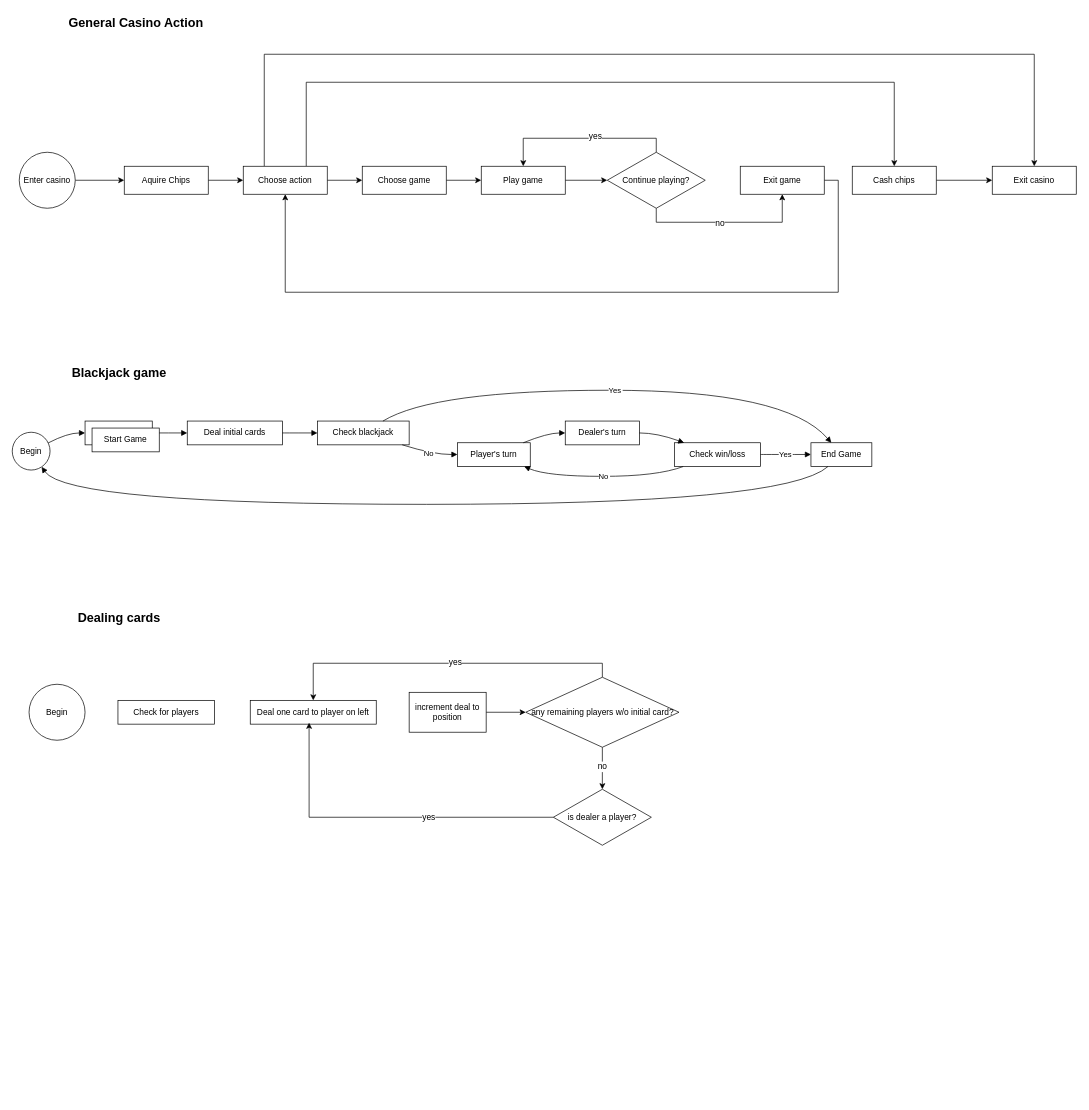
This is lib/src/main/blackjackDesign/processFlow.drawio from 0xjosiah/intro-to-java, a draw.io file, before an edit. Source tidied: cells renumbered, new cells numbered last; positions are measured from the earlier drawing's top-left corner, leaving out a move shared by most shapes. Both pictures are drawn from the tidied source at 70%, with x=0, y=0 at pixel (12, 12).
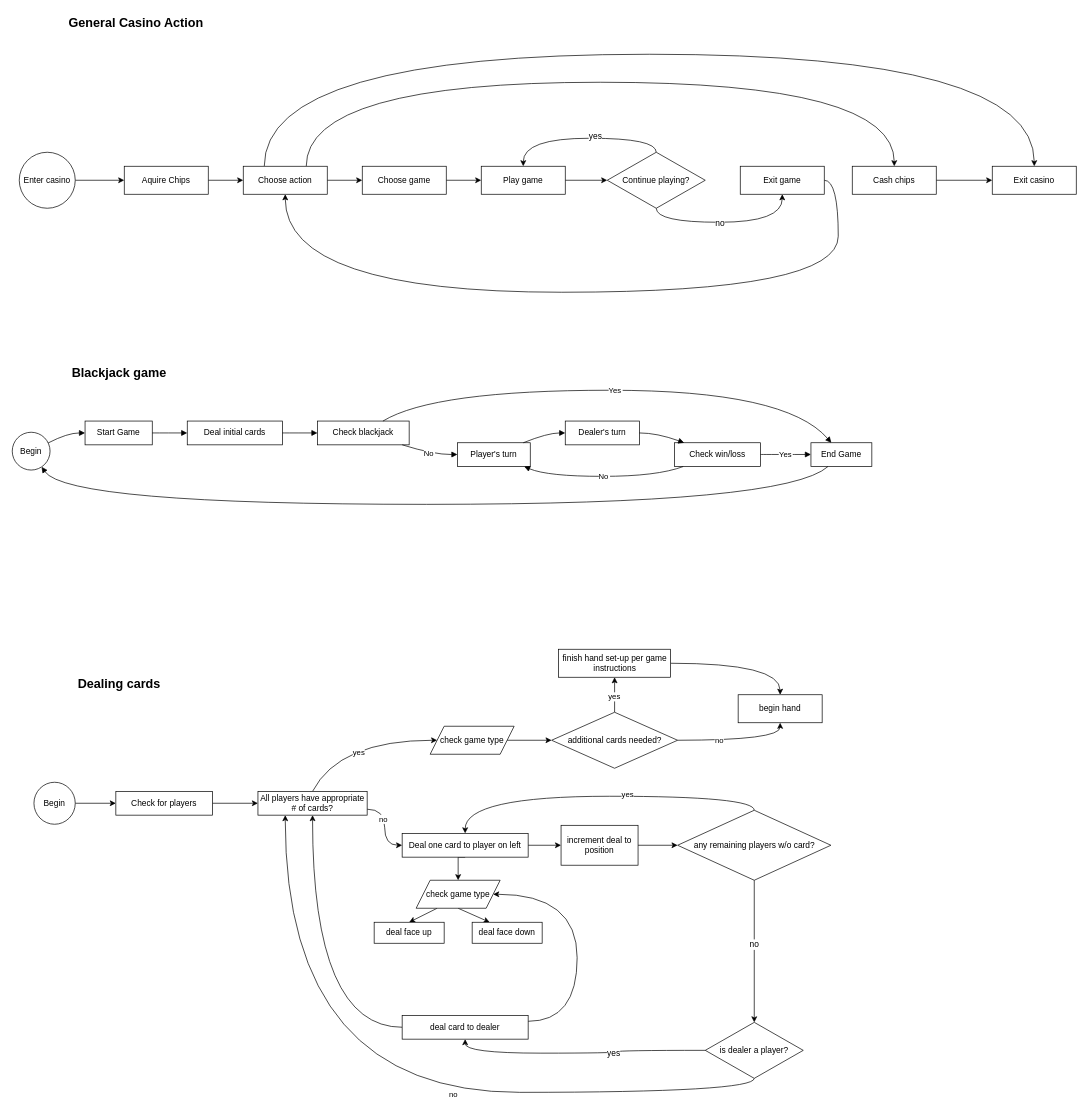
Above is the later version.

The change refers to these unchanged cells:
```xml
<mxCell id="25" value="Play game" style="whiteSpace=wrap;html=1;strokeWidth=1;" parent="1" vertex="1">
  <mxGeometry x="670" y="220" width="120" height="40" as="geometry" />
</mxCell>
<mxCell id="30" value="Continue playing?" style="rhombus;whiteSpace=wrap;html=1;strokeColor=default;strokeWidth=1;align=center;verticalAlign=middle;fontFamily=Helvetica;fontSize=12;fontColor=default;fillColor=default;" parent="1" vertex="1">
  <mxGeometry x="850" y="200" width="140" height="80" as="geometry" />
</mxCell>
<mxCell id="33" value="Exit game" style="whiteSpace=wrap;html=1;strokeWidth=1;" parent="1" vertex="1">
  <mxGeometry x="1040" y="220" width="120" height="40" as="geometry" />
</mxCell>
<mxCell id="35" value="Cash chips" style="whiteSpace=wrap;html=1;strokeWidth=1;" parent="1" vertex="1">
  <mxGeometry x="1200" y="220" width="120" height="40" as="geometry" />
</mxCell>
<mxCell id="36" value="Exit casino" style="whiteSpace=wrap;html=1;strokeWidth=1;" parent="1" vertex="1">
  <mxGeometry x="1400" y="220" width="120" height="40" as="geometry" />
</mxCell>
<mxCell id="43" value="Choose action" style="whiteSpace=wrap;html=1;strokeWidth=1;" parent="1" vertex="1">
  <mxGeometry x="330" y="220" width="120" height="40" as="geometry" />
</mxCell>
```

The edit, as a diff of the source:
```diff
@@
-    <mxCell id="26" style="edgeStyle=orthogonalEdgeStyle;rounded=0;jettySize=auto;html=1;exitX=0.5;exitY=0;exitDx=0;exitDy=0;entryX=0.5;entryY=0;entryDx=0;entryDy=0;fontFamily=Helvetica;fontSize=12;fontColor=default;" parent="1" edge="1" source="30" target="25">
+    <mxCell id="26" style="edgeStyle=orthogonalEdgeStyle;jettySize=auto;html=1;exitX=0.5;exitY=0;exitDx=0;exitDy=0;entryX=0.5;entryY=0;entryDx=0;entryDy=0;fontFamily=Helvetica;fontSize=12;fontColor=default;curved=1;" parent="1" edge="1" source="30" target="25">
       <mxGeometry relative="1" as="geometry" />
     </mxCell>
@@
-    <mxCell id="28" style="edgeStyle=orthogonalEdgeStyle;rounded=0;jettySize=auto;html=1;exitX=0.5;exitY=1;exitDx=0;exitDy=0;entryX=0.5;entryY=1;entryDx=0;entryDy=0;fontFamily=Helvetica;fontSize=12;fontColor=default;" parent="1" edge="1" source="30" target="33">
+    <mxCell id="28" style="edgeStyle=orthogonalEdgeStyle;jettySize=auto;html=1;exitX=0.5;exitY=1;exitDx=0;exitDy=0;entryX=0.5;entryY=1;entryDx=0;entryDy=0;fontFamily=Helvetica;fontSize=12;fontColor=default;curved=1;" parent="1" edge="1" source="30" target="33">
       <mxGeometry relative="1" as="geometry" />
     </mxCell>
@@
-    <mxCell id="31" style="edgeStyle=orthogonalEdgeStyle;rounded=0;jettySize=auto;html=1;exitX=0.75;exitY=0;exitDx=0;exitDy=0;entryX=0.5;entryY=0;entryDx=0;entryDy=0;fontFamily=Helvetica;fontSize=12;fontColor=default;" parent="1" edge="1" source="43" target="35">
+    <mxCell id="31" style="edgeStyle=orthogonalEdgeStyle;jettySize=auto;html=1;exitX=0.75;exitY=0;exitDx=0;exitDy=0;entryX=0.5;entryY=0;entryDx=0;entryDy=0;fontFamily=Helvetica;fontSize=12;fontColor=default;curved=1;" parent="1" edge="1" source="43" target="35">
       <mxGeometry relative="1" as="geometry">
         <Array as="points">
           <mxPoint x="420" y="100" />
           <mxPoint x="1260" y="100" />
         </Array>
       </mxGeometry>
     </mxCell>
-    <mxCell id="32" style="edgeStyle=orthogonalEdgeStyle;rounded=0;jettySize=auto;html=1;exitX=1;exitY=0.5;exitDx=0;exitDy=0;entryX=0.5;entryY=1;entryDx=0;entryDy=0;fontFamily=Helvetica;fontSize=12;fontColor=default;" parent="1" edge="1" source="33" target="43">
+    <mxCell id="32" style="edgeStyle=orthogonalEdgeStyle;jettySize=auto;html=1;exitX=1;exitY=0.5;exitDx=0;exitDy=0;entryX=0.5;entryY=1;entryDx=0;entryDy=0;fontFamily=Helvetica;fontSize=12;fontColor=default;curved=1;" parent="1" edge="1" source="33" target="43">
       <mxGeometry relative="1" as="geometry">
         <Array as="points">
           <mxPoint x="1180" y="240" />
           <mxPoint x="1180" y="400" />
           <mxPoint x="390" y="400" />
         </Array>
       </mxGeometry>
     </mxCell>
@@
     <mxCell id="39" value="Dealing cards" style="text;html=1;strokeColor=none;fillColor=none;align=center;verticalAlign=middle;whiteSpace=wrap;rounded=0;fontSize=18;fontFamily=Helvetica;fontColor=default;fontStyle=1;" parent="1" vertex="1">
-      <mxGeometry x="20" y="850" width="266" height="30" as="geometry" />
+      <mxGeometry x="20" y="945" width="266" height="30" as="geometry" />
     </mxCell>
+    <mxCell id="59" style="edgeStyle=orthogonalEdgeStyle;rounded=0;jettySize=auto;html=1;exitX=1;exitY=0.5;exitDx=0;exitDy=0;entryX=0;entryY=0.5;entryDx=0;entryDy=0;" parent="1" edge="1" source="40" target="50">
+      <mxGeometry relative="1" as="geometry" />
+    </mxCell>
     <mxCell id="40" value="Begin" style="ellipse;whiteSpace=wrap;html=1;strokeColor=default;strokeWidth=1;align=center;verticalAlign=middle;fontFamily=Helvetica;fontSize=12;fontColor=default;fillColor=default;" parent="1" vertex="1">
-      <mxGeometry x="24" y="960" width="80" height="80" as="geometry" />
+      <mxGeometry x="31" y="1100" width="59" height="60" as="geometry" />
     </mxCell>
@@
-    <mxCell id="42" style="edgeStyle=orthogonalEdgeStyle;rounded=0;jettySize=auto;html=1;exitX=0.25;exitY=0;exitDx=0;exitDy=0;entryX=0.5;entryY=0;entryDx=0;entryDy=0;fontFamily=Helvetica;fontSize=12;fontColor=default;" parent="1" edge="1" source="43" target="36">
+    <mxCell id="42" style="edgeStyle=orthogonalEdgeStyle;jettySize=auto;html=1;exitX=0.25;exitY=0;exitDx=0;exitDy=0;entryX=0.5;entryY=0;entryDx=0;entryDy=0;fontFamily=Helvetica;fontSize=12;fontColor=default;curved=1;" parent="1" edge="1" source="43" target="36">
       <mxGeometry relative="1" as="geometry">
         <Array as="points">
           <mxPoint x="360" y="60" />
           <mxPoint x="1460" y="60" />
         </Array>
       </mxGeometry>
     </mxCell>
@@
+    <mxCell id="60" style="edgeStyle=orthogonalEdgeStyle;jettySize=auto;html=1;exitX=1;exitY=0.75;exitDx=0;exitDy=0;entryX=0;entryY=0.5;entryDx=0;entryDy=0;curved=1;" parent="1" edge="1" source="46" target="49">
+      <mxGeometry relative="1" as="geometry" />
+    </mxCell>
+    <mxCell id="61" value="no" style="edgeLabel;html=1;align=center;verticalAlign=middle;" parent="60" vertex="1">
+      <mxGeometry x="-0.26" y="-3" relative="1" as="geometry">
+        <mxPoint y="1" as="offset" />
+      </mxGeometry>
+    </mxCell>
+    <mxCell id="62" style="jettySize=auto;html=1;exitX=0.5;exitY=0;exitDx=0;exitDy=0;entryX=0;entryY=0.5;entryDx=0;entryDy=0;curved=1;" parent="1" edge="1" source="46" target="79">
+      <mxGeometry relative="1" as="geometry">
+        <Array as="points">
+          <mxPoint x="467" y="1040" />
+        </Array>
+      </mxGeometry>
+    </mxCell>
+    <mxCell id="63" value="yes" style="edgeLabel;html=1;align=center;verticalAlign=middle;" parent="62" vertex="1">
+      <mxGeometry x="-0.01" y="-17" relative="1" as="geometry" />
+    </mxCell>
-    <mxCell id="46" value="Start Game" style="whiteSpace=wrap;strokeWidth=1;" parent="1" vertex="1">
-      <mxGeometry x="114" y="594" width="96" height="34" as="geometry" />
+    <mxCell id="46" value="All players have appropriate # of cards?" style="whiteSpace=wrap;strokeWidth=1;" parent="1" vertex="1">
+      <mxGeometry x="351" y="1113" width="156" height="34" as="geometry" />
     </mxCell>
@@
     <mxCell id="48" value="increment deal to position" style="whiteSpace=wrap;strokeWidth=1;" parent="1" vertex="1">
-      <mxGeometry x="567" y="971.5" width="110" height="57" as="geometry" />
+      <mxGeometry x="784" y="1161.5" width="110" height="57" as="geometry" />
     </mxCell>
+    <mxCell id="64" style="edgeStyle=orthogonalEdgeStyle;rounded=0;jettySize=auto;html=1;exitX=1;exitY=0.5;exitDx=0;exitDy=0;" parent="1" edge="1" source="49" target="48">
+      <mxGeometry relative="1" as="geometry" />
+    </mxCell>
+    <mxCell id="65" style="edgeStyle=orthogonalEdgeStyle;rounded=0;jettySize=auto;html=1;exitX=0.5;exitY=1;exitDx=0;exitDy=0;entryX=0.5;entryY=0;entryDx=0;entryDy=0;" parent="1" edge="1" source="49" target="75">
+      <mxGeometry relative="1" as="geometry" />
+    </mxCell>
     <mxCell id="49" value="Deal one card to player on left" style="whiteSpace=wrap;strokeWidth=1;" parent="1" vertex="1">
-      <mxGeometry x="340" y="983" width="180" height="34" as="geometry" />
+      <mxGeometry x="557" y="1173" width="180" height="34" as="geometry" />
     </mxCell>
+    <mxCell id="66" style="edgeStyle=orthogonalEdgeStyle;rounded=0;jettySize=auto;html=1;exitX=1;exitY=0.5;exitDx=0;exitDy=0;entryX=0;entryY=0.5;entryDx=0;entryDy=0;" parent="1" edge="1" source="50" target="46">
+      <mxGeometry relative="1" as="geometry" />
+    </mxCell>
     <mxCell id="50" value="Check for players" style="whiteSpace=wrap;strokeWidth=1;" parent="1" vertex="1">
-      <mxGeometry x="151" y="983" width="138" height="34" as="geometry" />
+      <mxGeometry x="148" y="1113" width="138" height="34" as="geometry" />
     </mxCell>
-    <mxCell id="51" style="edgeStyle=orthogonalEdgeStyle;rounded=0;jettySize=auto;html=1;exitX=0.5;exitY=0;exitDx=0;exitDy=0;entryX=0.5;entryY=0;entryDx=0;entryDy=0;fontFamily=Helvetica;fontSize=12;fontColor=default;" parent="1" edge="1" source="55" target="49">
-      <mxGeometry relative="1" as="geometry" />
-    </mxCell>
-    <mxCell id="52" value="yes" style="edgeLabel;html=1;align=center;verticalAlign=middle;fontSize=12;fontFamily=Helvetica;fontColor=default;" parent="51" vertex="1">
-      <mxGeometry x="-0.05" y="-2" relative="1" as="geometry" />
-    </mxCell>
@@
+    <mxCell id="51" style="edgeStyle=orthogonalEdgeStyle;jettySize=auto;html=1;exitX=0.5;exitY=0;exitDx=0;exitDy=0;entryX=0.5;entryY=0;entryDx=0;entryDy=0;curved=1;" parent="1" edge="1" source="55" target="49">
+      <mxGeometry relative="1" as="geometry" />
+    </mxCell>
+    <mxCell id="67" value="yes" style="edgeLabel;html=1;align=center;verticalAlign=middle;" parent="51" vertex="1">
+      <mxGeometry x="-0.17" y="-3" relative="1" as="geometry" />
+    </mxCell>
-    <mxCell id="55" value="any remaining players w/o initial card?" style="rhombus;whiteSpace=wrap;html=1;strokeColor=default;strokeWidth=1;align=center;verticalAlign=middle;fontFamily=Helvetica;fontSize=12;fontColor=default;fillColor=default;" parent="1" vertex="1">
-      <mxGeometry x="733.5" y="950" width="219" height="100" as="geometry" />
+    <mxCell id="55" value="any remaining players w/o card?" style="rhombus;whiteSpace=wrap;html=1;strokeColor=default;strokeWidth=1;align=center;verticalAlign=middle;fontFamily=Helvetica;fontSize=12;fontColor=default;fillColor=default;" parent="1" vertex="1">
+      <mxGeometry x="950.5" y="1140" width="219" height="100" as="geometry" />
     </mxCell>
+    <mxCell id="68" style="edgeStyle=orthogonalEdgeStyle;jettySize=auto;html=1;exitX=0.5;exitY=1;exitDx=0;exitDy=0;entryX=0.25;entryY=1;entryDx=0;entryDy=0;curved=1;" parent="1" edge="1" source="56" target="46">
+      <mxGeometry relative="1" as="geometry" />
+    </mxCell>
+    <mxCell id="69" value="no" style="edgeLabel;html=1;align=center;verticalAlign=middle;" parent="68" vertex="1">
+      <mxGeometry x="-0.17" y="2" relative="1" as="geometry" />
+    </mxCell>
     <mxCell id="56" value="is dealer a player?" style="rhombus;whiteSpace=wrap;html=1;strokeColor=default;strokeWidth=1;align=center;verticalAlign=middle;fontFamily=Helvetica;fontSize=12;fontColor=default;fillColor=default;" parent="1" vertex="1">
-      <mxGeometry x="773" y="1110" width="140" height="80" as="geometry" />
+      <mxGeometry x="990" y="1443" width="140" height="80" as="geometry" />
     </mxCell>
-    <mxCell id="57" style="edgeStyle=orthogonalEdgeStyle;rounded=0;jettySize=auto;html=1;exitX=0;exitY=0.5;exitDx=0;exitDy=0;entryX=0.467;entryY=0.941;entryDx=0;entryDy=0;entryPerimeter=0;fontFamily=Helvetica;fontSize=12;fontColor=default;" parent="1" edge="1" source="56" target="49">
+    <mxCell id="57" style="edgeStyle=orthogonalEdgeStyle;jettySize=auto;html=1;exitX=0;exitY=0.5;exitDx=0;exitDy=0;fontFamily=Helvetica;fontSize=12;fontColor=default;curved=1;entryX=0.5;entryY=1;entryDx=0;entryDy=0;" parent="1" edge="1" source="56" target="72">
       <mxGeometry relative="1" as="geometry" />
     </mxCell>
@@
+    <mxCell id="70" style="edgeStyle=orthogonalEdgeStyle;jettySize=auto;html=1;exitX=0;exitY=0.5;exitDx=0;exitDy=0;entryX=0.5;entryY=1;entryDx=0;entryDy=0;curved=1;" parent="1" edge="1" source="72" target="46">
+      <mxGeometry relative="1" as="geometry" />
+    </mxCell>
+    <mxCell id="71" style="edgeStyle=orthogonalEdgeStyle;jettySize=auto;html=1;exitX=1;exitY=0.25;exitDx=0;exitDy=0;entryX=1;entryY=0.5;entryDx=0;entryDy=0;curved=1;" parent="1" edge="1" source="72" target="75">
+      <mxGeometry relative="1" as="geometry">
+        <Array as="points">
+          <mxPoint x="807" y="1442" />
+          <mxPoint x="807" y="1260" />
+        </Array>
+      </mxGeometry>
+    </mxCell>
+    <mxCell id="72" value="deal card to dealer" style="whiteSpace=wrap;strokeWidth=1;" parent="1" vertex="1">
+      <mxGeometry x="557" y="1433" width="180" height="34" as="geometry" />
+    </mxCell>
+    <mxCell id="73" style="rounded=0;jettySize=auto;html=1;exitX=0.25;exitY=1;exitDx=0;exitDy=0;entryX=0.5;entryY=0;entryDx=0;entryDy=0;" parent="1" edge="1" source="75" target="76">
+      <mxGeometry relative="1" as="geometry" />
+    </mxCell>
+    <mxCell id="74" style="rounded=0;jettySize=auto;html=1;exitX=0.5;exitY=1;exitDx=0;exitDy=0;entryX=0.25;entryY=0;entryDx=0;entryDy=0;" parent="1" edge="1" source="75" target="77">
+      <mxGeometry relative="1" as="geometry" />
+    </mxCell>
+    <mxCell id="75" value="check game type" style="shape=parallelogram;perimeter=parallelogramPerimeter;whiteSpace=wrap;html=1;fixedSize=1;" parent="1" vertex="1">
+      <mxGeometry x="577" y="1240" width="120" height="40" as="geometry" />
+    </mxCell>
+    <mxCell id="76" value="deal face up" style="whiteSpace=wrap;html=1;" parent="1" vertex="1">
+      <mxGeometry x="517" y="1300" width="100" height="30" as="geometry" />
+    </mxCell>
+    <mxCell id="77" value="deal face down" style="whiteSpace=wrap;html=1;" parent="1" vertex="1">
+      <mxGeometry x="657" y="1300" width="100" height="30" as="geometry" />
+    </mxCell>
+    <mxCell id="78" style="edgeStyle=orthogonalEdgeStyle;rounded=0;jettySize=auto;html=1;exitX=1;exitY=0.5;exitDx=0;exitDy=0;entryX=0;entryY=0.5;entryDx=0;entryDy=0;" parent="1" edge="1" source="79" target="84">
+      <mxGeometry relative="1" as="geometry" />
+    </mxCell>
+    <mxCell id="79" value="check game type" style="shape=parallelogram;perimeter=parallelogramPerimeter;whiteSpace=wrap;html=1;fixedSize=1;" parent="1" vertex="1">
+      <mxGeometry x="597" y="1020" width="120" height="40" as="geometry" />
+    </mxCell>
+    <mxCell id="80" style="edgeStyle=orthogonalEdgeStyle;rounded=0;jettySize=auto;html=1;exitX=0.5;exitY=0;exitDx=0;exitDy=0;entryX=0.5;entryY=1;entryDx=0;entryDy=0;" parent="1" edge="1" source="84" target="86">
+      <mxGeometry relative="1" as="geometry" />
+    </mxCell>
+    <mxCell id="81" value="yes" style="edgeLabel;html=1;align=center;verticalAlign=middle;" parent="80" vertex="1">
+      <mxGeometry x="-0.08" y="2" relative="1" as="geometry">
+        <mxPoint x="1" as="offset" />
+      </mxGeometry>
+    </mxCell>
+    <mxCell id="82" style="edgeStyle=orthogonalEdgeStyle;jettySize=auto;html=1;exitX=1;exitY=0.5;exitDx=0;exitDy=0;entryX=0.5;entryY=1;entryDx=0;entryDy=0;curved=1;" parent="1" edge="1" source="84" target="87">
+      <mxGeometry relative="1" as="geometry" />
+    </mxCell>
+    <mxCell id="83" value="no" style="edgeLabel;html=1;align=center;verticalAlign=middle;" parent="82" vertex="1">
+      <mxGeometry x="-0.31" y="1" relative="1" as="geometry" />
+    </mxCell>
+    <mxCell id="84" value="additional cards needed?" style="rhombus;whiteSpace=wrap;html=1;" parent="1" vertex="1">
+      <mxGeometry x="770.5" y="1000" width="180" height="80" as="geometry" />
+    </mxCell>
+    <mxCell id="85" style="edgeStyle=orthogonalEdgeStyle;jettySize=auto;html=1;exitX=1;exitY=0.5;exitDx=0;exitDy=0;entryX=0.5;entryY=0;entryDx=0;entryDy=0;curved=1;" parent="1" edge="1" source="86" target="87">
+      <mxGeometry relative="1" as="geometry" />
+    </mxCell>
+    <mxCell id="86" value="finish hand set-up per game instructions" style="whiteSpace=wrap;html=1;" parent="1" vertex="1">
+      <mxGeometry x="780.5" y="910" width="160" height="40" as="geometry" />
+    </mxCell>
+    <mxCell id="87" value="begin hand" style="whiteSpace=wrap;html=1;" parent="1" vertex="1">
+      <mxGeometry x="1037" y="975" width="120" height="40" as="geometry" />
+    </mxCell>
```
